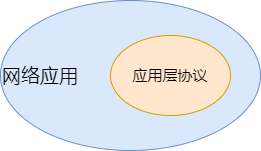
Before: computer_network/应用层1.png, a diagram exported from draw.io (suchuhong/knowledgeImage). Source tidied: cells renumbered, new cells last; positions are measured from the earlier drawing's top-left corner, leaving out a move shared by most shapes. The source it was exported from:
```xml
<mxGraphModel>
  <root>
    <mxCell id="0" />
    <mxCell id="1" parent="0" />
    <mxCell id="2" value="&lt;p&gt;&lt;font face=&quot;Comic Sans MS&quot; style=&quot;font-size: 19px&quot;&gt;网络应用&lt;/font&gt;&lt;/p&gt;" style="ellipse;whiteSpace=wrap;html=1;fillColor=#dae8fc;strokeColor=#6c8ebf;align=left;" parent="1" vertex="1">
      <mxGeometry width="260" height="150" as="geometry" />
    </mxCell>
    <mxCell id="3" value="&lt;font style=&quot;font-size: 15px&quot;&gt;应用层协议&lt;/font&gt;" style="ellipse;whiteSpace=wrap;html=1;fillColor=#ffe6cc;strokeColor=#d79b00;" parent="1" vertex="1">
      <mxGeometry x="110" y="35" width="120" height="80" as="geometry" />
    </mxCell>
  </root>
</mxGraphModel>
```
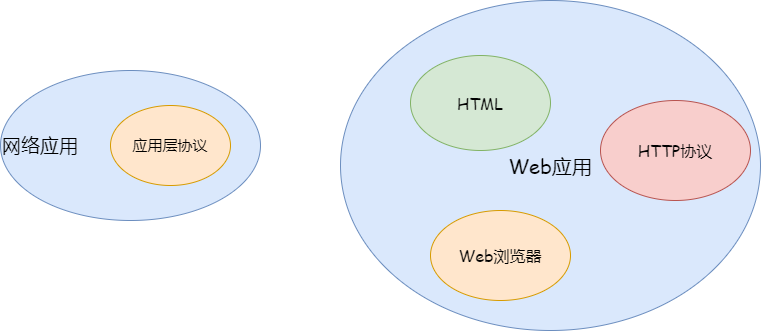
After the commit.

Commit message:
更新应用层1.png

The edit, as a diff of the source:
```diff
@@ -8,5 +8,17 @@
     <mxCell id="3" value="&lt;font style=&quot;font-size: 15px&quot;&gt;应用层协议&lt;/font&gt;" style="ellipse;whiteSpace=wrap;html=1;fillColor=#ffe6cc;strokeColor=#d79b00;" parent="1" vertex="1">
       <mxGeometry x="110" y="35" width="120" height="80" as="geometry" />
     </mxCell>
+    <mxCell id="4" value="&lt;font style=&quot;font-size: 20px&quot; face=&quot;Comic Sans MS&quot;&gt;Web应用&lt;/font&gt;" style="ellipse;whiteSpace=wrap;html=1;fillColor=#dae8fc;strokeColor=#6c8ebf;" parent="1" vertex="1">
+      <mxGeometry x="340" y="-70" width="420" height="330" as="geometry" />
+    </mxCell>
+    <mxCell id="5" value="&lt;font face=&quot;Comic Sans MS&quot; style=&quot;font-size: 16px&quot;&gt;HTML&lt;/font&gt;" style="ellipse;whiteSpace=wrap;html=1;fillColor=#d5e8d4;strokeColor=#82b366;" parent="1" vertex="1">
+      <mxGeometry x="410" y="-15" width="140" height="95" as="geometry" />
+    </mxCell>
+    <mxCell id="6" value="&lt;font face=&quot;Comic Sans MS&quot; style=&quot;font-size: 16px&quot;&gt;Web浏览器&lt;/font&gt;" style="ellipse;whiteSpace=wrap;html=1;fillColor=#ffe6cc;strokeColor=#d79b00;" parent="1" vertex="1">
+      <mxGeometry x="430" y="140" width="140" height="90" as="geometry" />
+    </mxCell>
+    <mxCell id="7" value="&lt;font face=&quot;Comic Sans MS&quot; style=&quot;font-size: 16px&quot;&gt;HTTP协议&lt;/font&gt;" style="ellipse;whiteSpace=wrap;html=1;fillColor=#f8cecc;strokeColor=#b85450;" parent="1" vertex="1">
+      <mxGeometry x="600" y="30" width="150" height="100" as="geometry" />
+    </mxCell>
   </root>
 </mxGraphModel>
```
